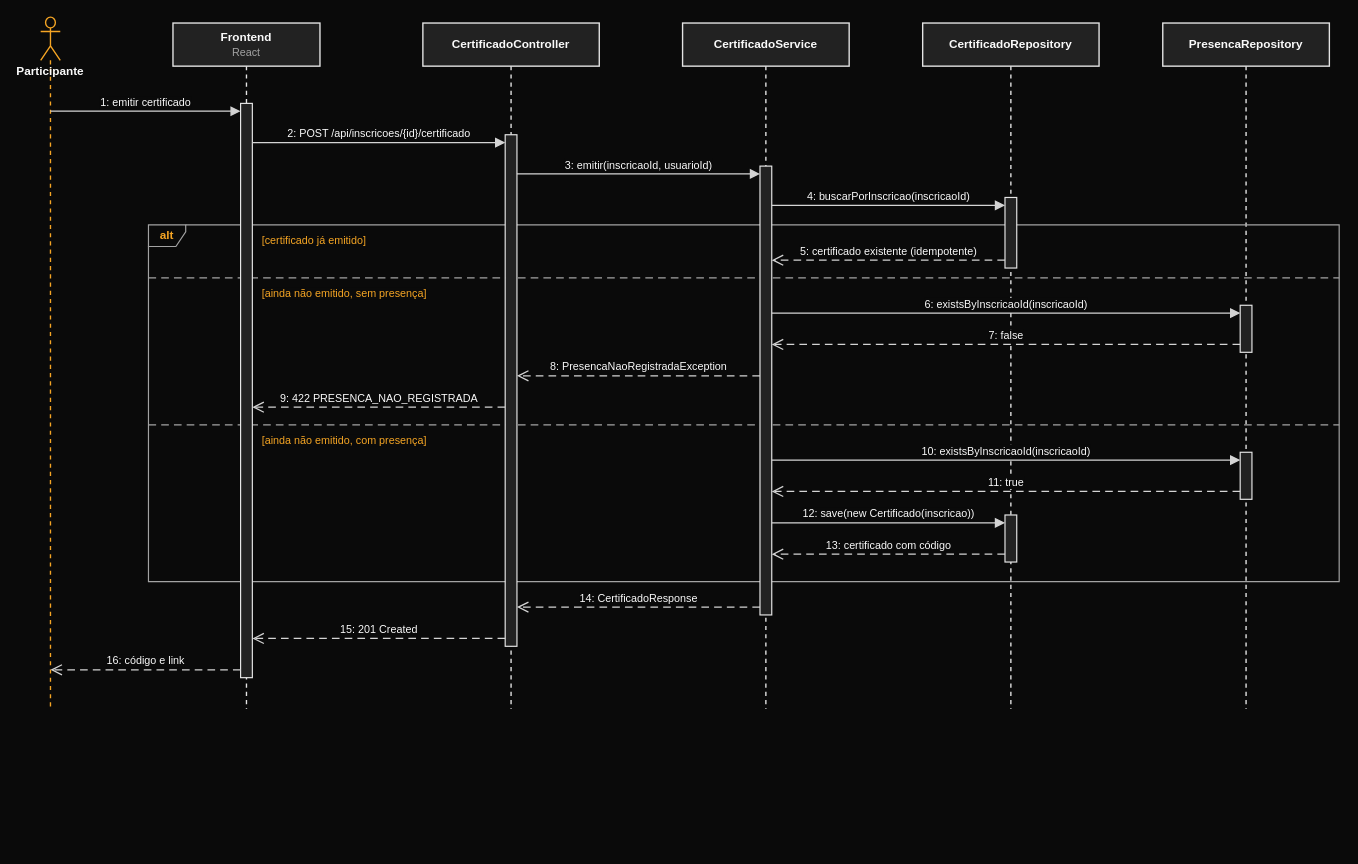
The draw.io diagram page "A.6a Sequência — Emissão do certificado" (9 of 11) of docs/diagramas/v3-contraste/diagramas-v3-contraste.drawio in Jayzmatos22/GerenciadorDeEventos, before the edit. Source tidied: cells renumbered, new cells numbered last; positions are measured from the earlier drawing's top-left corner, leaving out a move shared by most shapes. Both pictures are drawn from the tidied source at 98%, with x=0, y=0 at pixel (40, 17).
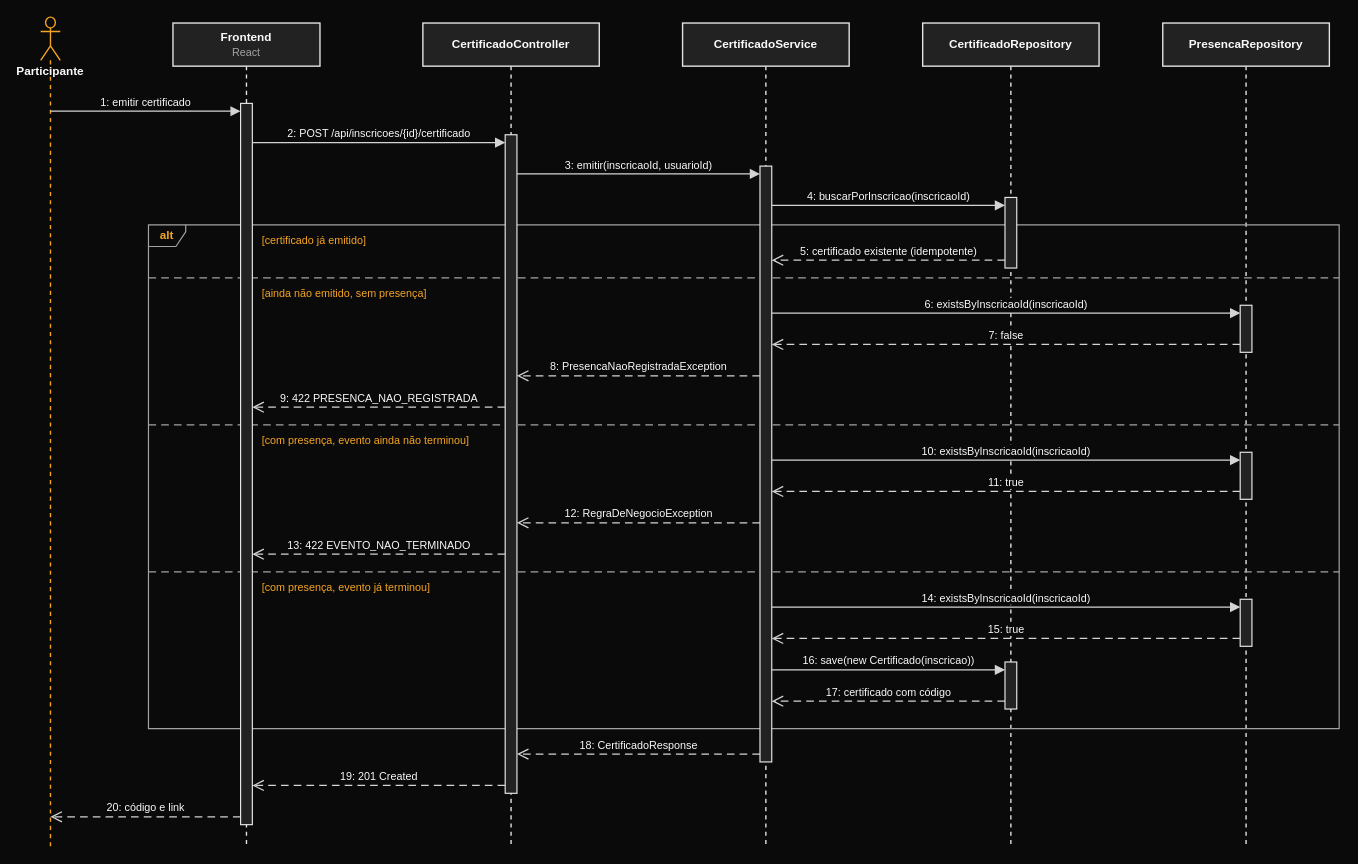
After the change.

The edit, as a diff of the source:
```diff
@@
     <mxCell id="2" value="Participante" style="html=1;whiteSpace=wrap;fontFamily=Helvetica;fontSize=12;fontColor=#fafafa;strokeWidth=1.4;shape=umlLifeline;participant=umlActor;perimeter=lifelinePerimeter;verticalAlign=top;spacingTop=42;size=44;fillColor=none;strokeColor=#f5a524;fontStyle=1;" parent="1" vertex="1">
-      <mxGeometry width="20" height="706" as="geometry" />
+      <mxGeometry width="20" height="846" as="geometry" />
     </mxCell>
     <mxCell id="3" value="&lt;b&gt;Frontend&lt;/b&gt;&lt;br&gt;&lt;span style=&quot;font-size:11px;color:#a3a3a3&quot;&gt;React&lt;/span&gt;" style="html=1;whiteSpace=wrap;fontFamily=Helvetica;fontSize=12;fontColor=#fafafa;strokeWidth=1.4;shape=umlLifeline;perimeter=lifelinePerimeter;size=44;fillColor=#222222;strokeColor=#e5e5e5;" parent="1" vertex="1">
-      <mxGeometry x="135" y="6" width="150" height="700" as="geometry" />
+      <mxGeometry x="135" y="6" width="150" height="840" as="geometry" />
     </mxCell>
     <mxCell id="4" value="&lt;b&gt;CertificadoController&lt;/b&gt;" style="html=1;whiteSpace=wrap;fontFamily=Helvetica;fontSize=12;fontColor=#fafafa;strokeWidth=1.4;shape=umlLifeline;perimeter=lifelinePerimeter;size=44;fillColor=#222222;strokeColor=#e5e5e5;" parent="1" vertex="1">
-      <mxGeometry x="390" y="6" width="180" height="700" as="geometry" />
+      <mxGeometry x="390" y="6" width="180" height="840" as="geometry" />
     </mxCell>
     <mxCell id="5" value="&lt;b&gt;CertificadoService&lt;/b&gt;" style="html=1;whiteSpace=wrap;fontFamily=Helvetica;fontSize=12;fontColor=#fafafa;strokeWidth=1.4;shape=umlLifeline;perimeter=lifelinePerimeter;size=44;fillColor=#222222;strokeColor=#e5e5e5;" parent="1" vertex="1">
-      <mxGeometry x="655" y="6" width="170" height="700" as="geometry" />
+      <mxGeometry x="655" y="6" width="170" height="840" as="geometry" />
     </mxCell>
     <mxCell id="6" value="&lt;b&gt;CertificadoRepository&lt;/b&gt;" style="html=1;whiteSpace=wrap;fontFamily=Helvetica;fontSize=12;fontColor=#fafafa;strokeWidth=1.4;shape=umlLifeline;perimeter=lifelinePerimeter;size=44;fillColor=#222222;strokeColor=#e5e5e5;" parent="1" vertex="1">
-      <mxGeometry x="900" y="6" width="180" height="700" as="geometry" />
+      <mxGeometry x="900" y="6" width="180" height="840" as="geometry" />
     </mxCell>
     <mxCell id="7" value="&lt;b&gt;PresencaRepository&lt;/b&gt;" style="html=1;whiteSpace=wrap;fontFamily=Helvetica;fontSize=12;fontColor=#fafafa;strokeWidth=1.4;shape=umlLifeline;perimeter=lifelinePerimeter;size=44;fillColor=#222222;strokeColor=#e5e5e5;" parent="1" vertex="1">
-      <mxGeometry x="1145" y="6" width="170" height="700" as="geometry" />
+      <mxGeometry x="1145" y="6" width="170" height="840" as="geometry" />
     </mxCell>
     <mxCell id="8" value="alt" style="html=1;whiteSpace=wrap;fontFamily=Helvetica;fontSize=12;fontColor=#fafafa;strokeWidth=1.4;shape=umlFrame;width=38;height=22;fillColor=none;swimlaneFillColor=none;strokeColor=#a3a3a3;fontColor=#f5a524;fontStyle=1;strokeWidth=1.2;" parent="1" vertex="1">
-      <mxGeometry x="110" y="212" width="1215" height="364" as="geometry" />
+      <mxGeometry x="110" y="212" width="1215" height="514" as="geometry" />
     </mxCell>
-    <mxCell id="9" style="edgeStyle=none;rounded=0;html=1;fontFamily=Helvetica;fontSize=11;strokeColor=#a3a3a3;fontColor=#fafafa;strokeWidth=1.3;labelBackgroundColor=#0a0a0a;endArrow=none;dashed=1;dashPattern=6 4;" parent="1" edge="1">
-      <mxGeometry relative="1" as="geometry">
-        <mxPoint x="110" y="266" as="sourcePoint" />
-        <mxPoint x="1325" y="266" as="targetPoint" />
-      </mxGeometry>
-    </mxCell>
     <mxCell id="10" style="edgeStyle=none;rounded=0;html=1;fontFamily=Helvetica;fontSize=11;strokeColor=#a3a3a3;fontColor=#fafafa;strokeWidth=1.3;labelBackgroundColor=#0a0a0a;endArrow=none;dashed=1;dashPattern=6 4;" parent="1" edge="1">
       <mxGeometry relative="1" as="geometry">
-        <mxPoint x="110" y="416" as="sourcePoint" />
-        <mxPoint x="1325" y="416" as="targetPoint" />
+        <mxPoint x="110" y="266" as="sourcePoint" />
+        <mxPoint x="1325" y="266" as="targetPoint" />
       </mxGeometry>
     </mxCell>
+    <mxCell id="25" style="edgeStyle=none;rounded=0;html=1;fontFamily=Helvetica;fontSize=11;strokeColor=#a3a3a3;fontColor=#fafafa;strokeWidth=1.3;labelBackgroundColor=#0a0a0a;endArrow=none;dashed=1;dashPattern=6 4;" parent="1" edge="1">
+      <mxGeometry relative="1" as="geometry">
+        <mxPoint x="110" y="416" as="sourcePoint" />
+        <mxPoint x="1325" y="416" as="targetPoint" />
+      </mxGeometry>
+    </mxCell>
+    <mxCell id="26" style="edgeStyle=none;rounded=0;html=1;fontFamily=Helvetica;fontSize=11;strokeColor=#a3a3a3;fontColor=#fafafa;strokeWidth=1.3;labelBackgroundColor=#0a0a0a;endArrow=none;dashed=1;dashPattern=6 4;" parent="1" edge="1">
+      <mxGeometry relative="1" as="geometry">
+        <mxPoint x="110" y="566" as="sourcePoint" />
+        <mxPoint x="1325" y="566" as="targetPoint" />
+      </mxGeometry>
+    </mxCell>
     <mxCell id="11" style="html=1;whiteSpace=wrap;fontFamily=Helvetica;fontSize=12;fontColor=#fafafa;strokeWidth=1.4;perimeter=orthogonalPerimeter;targetShapes=umlLifeline;fillColor=#222222;strokeColor=#e5e5e5;strokeWidth=1.2;" parent="1" vertex="1">
-      <mxGeometry x="204" y="88" width="12" height="586" as="geometry" />
+      <mxGeometry x="204" y="88" width="12" height="736" as="geometry" />
     </mxCell>
     <mxCell id="12" style="html=1;whiteSpace=wrap;fontFamily=Helvetica;fontSize=12;fontColor=#fafafa;strokeWidth=1.4;perimeter=orthogonalPerimeter;targetShapes=umlLifeline;fillColor=#222222;strokeColor=#e5e5e5;strokeWidth=1.2;" parent="1" vertex="1">
-      <mxGeometry x="474" y="120" width="12" height="522" as="geometry" />
+      <mxGeometry x="474" y="120" width="12" height="672" as="geometry" />
     </mxCell>
     <mxCell id="13" style="html=1;whiteSpace=wrap;fontFamily=Helvetica;fontSize=12;fontColor=#fafafa;strokeWidth=1.4;perimeter=orthogonalPerimeter;targetShapes=umlLifeline;fillColor=#222222;strokeColor=#e5e5e5;strokeWidth=1.2;" parent="1" vertex="1">
-      <mxGeometry x="734" y="152" width="12" height="458" as="geometry" />
+      <mxGeometry x="734" y="152" width="12" height="608" as="geometry" />
     </mxCell>
@@
     <mxCell id="15" style="html=1;whiteSpace=wrap;fontFamily=Helvetica;fontSize=12;fontColor=#fafafa;strokeWidth=1.4;perimeter=orthogonalPerimeter;targetShapes=umlLifeline;fillColor=#222222;strokeColor=#e5e5e5;strokeWidth=1.2;" parent="1" vertex="1">
-      <mxGeometry x="984" y="508" width="12" height="48" as="geometry" />
+      <mxGeometry x="984" y="658" width="12" height="48" as="geometry" />
     </mxCell>
@@
+    <mxCell id="37" style="html=1;whiteSpace=wrap;fontFamily=Helvetica;fontSize=12;fontColor=#fafafa;strokeWidth=1.4;perimeter=orthogonalPerimeter;targetShapes=umlLifeline;fillColor=#222222;strokeColor=#e5e5e5;strokeWidth=1.2;" parent="1" vertex="1">
+      <mxGeometry x="1224" y="594" width="12" height="48" as="geometry" />
+    </mxCell>
@@
-    <mxCell id="24" value="[ainda não emitido, com presença]" style="html=1;whiteSpace=wrap;fontFamily=Helvetica;fontSize=12;fontColor=#fafafa;strokeWidth=1.4;text;strokeColor=none;fillColor=none;align=left;verticalAlign=top;fontColor=#f5a524;fontSize=11;labelBackgroundColor=#0a0a0a;" parent="1" vertex="1">
-      <mxGeometry x="224" y="419" width="192" height="18" as="geometry" />
+    <mxCell id="24" value="[com presença, evento ainda não terminou]" style="html=1;whiteSpace=wrap;fontFamily=Helvetica;fontSize=12;fontColor=#fafafa;strokeWidth=1.4;text;strokeColor=none;fillColor=none;align=left;verticalAlign=top;fontColor=#f5a524;fontSize=11;labelBackgroundColor=#0a0a0a;" parent="1" vertex="1">
+      <mxGeometry x="224" y="419" width="241" height="18" as="geometry" />
     </mxCell>
-    <mxCell id="25" value="5: certificado existente (idempotente)" style="edgeStyle=none;rounded=0;html=1;fontFamily=Helvetica;fontSize=11;strokeColor=#d4d4d4;fontColor=#fafafa;strokeWidth=1.3;labelBackgroundColor=#0a0a0a;endArrow=open;endFill=0;endSize=9;dashed=1;dashPattern=6 4;verticalAlign=bottom;" parent="1" edge="1">
-      <mxGeometry relative="1" as="geometry">
-        <mxPoint x="984" y="248" as="sourcePoint" />
-        <mxPoint x="746" y="248" as="targetPoint" />
-      </mxGeometry>
-    </mxCell>
-    <mxCell id="26" value="6: existsByInscricaoId(inscricaoId)" style="edgeStyle=none;rounded=0;html=1;fontFamily=Helvetica;fontSize=11;strokeColor=#d4d4d4;fontColor=#fafafa;strokeWidth=1.3;labelBackgroundColor=#0a0a0a;endArrow=block;endFill=1;endSize=7;verticalAlign=bottom;" parent="1" edge="1">
-      <mxGeometry relative="1" as="geometry">
-        <mxPoint x="746" y="302" as="sourcePoint" />
-        <mxPoint x="1224" y="302" as="targetPoint" />
-      </mxGeometry>
-    </mxCell>
+    <mxCell id="38" value="[com presença, evento já terminou]" style="html=1;whiteSpace=wrap;fontFamily=Helvetica;fontSize=12;fontColor=#fafafa;strokeWidth=1.4;text;strokeColor=none;fillColor=none;align=left;verticalAlign=top;fontColor=#f5a524;fontSize=11;labelBackgroundColor=#0a0a0a;" parent="1" vertex="1">
+      <mxGeometry x="224" y="569" width="201" height="18" as="geometry" />
+    </mxCell>
-    <mxCell id="27" value="7: false" style="edgeStyle=none;rounded=0;html=1;fontFamily=Helvetica;fontSize=11;strokeColor=#d4d4d4;fontColor=#fafafa;strokeWidth=1.3;labelBackgroundColor=#0a0a0a;endArrow=open;endFill=0;endSize=9;dashed=1;dashPattern=6 4;verticalAlign=bottom;" parent="1" edge="1">
+    <mxCell id="27" value="5: certificado existente (idempotente)" style="edgeStyle=none;rounded=0;html=1;fontFamily=Helvetica;fontSize=11;strokeColor=#d4d4d4;fontColor=#fafafa;strokeWidth=1.3;labelBackgroundColor=#0a0a0a;endArrow=open;endFill=0;endSize=9;dashed=1;dashPattern=6 4;verticalAlign=bottom;" parent="1" edge="1">
       <mxGeometry relative="1" as="geometry">
-        <mxPoint x="1224" y="334" as="sourcePoint" />
-        <mxPoint x="746" y="334" as="targetPoint" />
+        <mxPoint x="984" y="248" as="sourcePoint" />
+        <mxPoint x="746" y="248" as="targetPoint" />
       </mxGeometry>
     </mxCell>
-    <mxCell id="28" value="8: PresencaNaoRegistradaException" style="edgeStyle=none;rounded=0;html=1;fontFamily=Helvetica;fontSize=11;strokeColor=#d4d4d4;fontColor=#fafafa;strokeWidth=1.3;labelBackgroundColor=#0a0a0a;endArrow=open;endFill=0;endSize=9;dashed=1;dashPattern=6 4;verticalAlign=bottom;" parent="1" edge="1">
+    <mxCell id="28" value="6: existsByInscricaoId(inscricaoId)" style="edgeStyle=none;rounded=0;html=1;fontFamily=Helvetica;fontSize=11;strokeColor=#d4d4d4;fontColor=#fafafa;strokeWidth=1.3;labelBackgroundColor=#0a0a0a;endArrow=block;endFill=1;endSize=7;verticalAlign=bottom;" parent="1" edge="1">
       <mxGeometry relative="1" as="geometry">
-        <mxPoint x="734" y="366" as="sourcePoint" />
-        <mxPoint x="486" y="366" as="targetPoint" />
+        <mxPoint x="746" y="302" as="sourcePoint" />
+        <mxPoint x="1224" y="302" as="targetPoint" />
       </mxGeometry>
     </mxCell>
-    <mxCell id="29" value="9: 422 PRESENCA_NAO_REGISTRADA" style="edgeStyle=none;rounded=0;html=1;fontFamily=Helvetica;fontSize=11;strokeColor=#d4d4d4;fontColor=#fafafa;strokeWidth=1.3;labelBackgroundColor=#0a0a0a;endArrow=open;endFill=0;endSize=9;dashed=1;dashPattern=6 4;verticalAlign=bottom;" parent="1" edge="1">
+    <mxCell id="29" value="7: false" style="edgeStyle=none;rounded=0;html=1;fontFamily=Helvetica;fontSize=11;strokeColor=#d4d4d4;fontColor=#fafafa;strokeWidth=1.3;labelBackgroundColor=#0a0a0a;endArrow=open;endFill=0;endSize=9;dashed=1;dashPattern=6 4;verticalAlign=bottom;" parent="1" edge="1">
       <mxGeometry relative="1" as="geometry">
-        <mxPoint x="474" y="398" as="sourcePoint" />
-        <mxPoint x="216" y="398" as="targetPoint" />
+        <mxPoint x="1224" y="334" as="sourcePoint" />
+        <mxPoint x="746" y="334" as="targetPoint" />
       </mxGeometry>
     </mxCell>
-    <mxCell id="30" value="10: existsByInscricaoId(inscricaoId)" style="edgeStyle=none;rounded=0;html=1;fontFamily=Helvetica;fontSize=11;strokeColor=#d4d4d4;fontColor=#fafafa;strokeWidth=1.3;labelBackgroundColor=#0a0a0a;endArrow=block;endFill=1;endSize=7;verticalAlign=bottom;" parent="1" edge="1">
+    <mxCell id="30" value="8: PresencaNaoRegistradaException" style="edgeStyle=none;rounded=0;html=1;fontFamily=Helvetica;fontSize=11;strokeColor=#d4d4d4;fontColor=#fafafa;strokeWidth=1.3;labelBackgroundColor=#0a0a0a;endArrow=open;endFill=0;endSize=9;dashed=1;dashPattern=6 4;verticalAlign=bottom;" parent="1" edge="1">
       <mxGeometry relative="1" as="geometry">
-        <mxPoint x="746" y="452" as="sourcePoint" />
-        <mxPoint x="1224" y="452" as="targetPoint" />
+        <mxPoint x="734" y="366" as="sourcePoint" />
+        <mxPoint x="486" y="366" as="targetPoint" />
       </mxGeometry>
     </mxCell>
-    <mxCell id="31" value="11: true" style="edgeStyle=none;rounded=0;html=1;fontFamily=Helvetica;fontSize=11;strokeColor=#d4d4d4;fontColor=#fafafa;strokeWidth=1.3;labelBackgroundColor=#0a0a0a;endArrow=open;endFill=0;endSize=9;dashed=1;dashPattern=6 4;verticalAlign=bottom;" parent="1" edge="1">
+    <mxCell id="31" value="9: 422 PRESENCA_NAO_REGISTRADA" style="edgeStyle=none;rounded=0;html=1;fontFamily=Helvetica;fontSize=11;strokeColor=#d4d4d4;fontColor=#fafafa;strokeWidth=1.3;labelBackgroundColor=#0a0a0a;endArrow=open;endFill=0;endSize=9;dashed=1;dashPattern=6 4;verticalAlign=bottom;" parent="1" edge="1">
       <mxGeometry relative="1" as="geometry">
-        <mxPoint x="1224" y="484" as="sourcePoint" />
-        <mxPoint x="746" y="484" as="targetPoint" />
+        <mxPoint x="474" y="398" as="sourcePoint" />
+        <mxPoint x="216" y="398" as="targetPoint" />
       </mxGeometry>
     </mxCell>
-    <mxCell id="32" value="12: save(new Certificado(inscricao))" style="edgeStyle=none;rounded=0;html=1;fontFamily=Helvetica;fontSize=11;strokeColor=#d4d4d4;fontColor=#fafafa;strokeWidth=1.3;labelBackgroundColor=#0a0a0a;endArrow=block;endFill=1;endSize=7;verticalAlign=bottom;" parent="1" edge="1">
+    <mxCell id="32" value="10: existsByInscricaoId(inscricaoId)" style="edgeStyle=none;rounded=0;html=1;fontFamily=Helvetica;fontSize=11;strokeColor=#d4d4d4;fontColor=#fafafa;strokeWidth=1.3;labelBackgroundColor=#0a0a0a;endArrow=block;endFill=1;endSize=7;verticalAlign=bottom;" parent="1" edge="1">
       <mxGeometry relative="1" as="geometry">
-        <mxPoint x="746" y="516" as="sourcePoint" />
-        <mxPoint x="984" y="516" as="targetPoint" />
+        <mxPoint x="746" y="452" as="sourcePoint" />
+        <mxPoint x="1224" y="452" as="targetPoint" />
       </mxGeometry>
     </mxCell>
-    <mxCell id="33" value="13: certificado com código" style="edgeStyle=none;rounded=0;html=1;fontFamily=Helvetica;fontSize=11;strokeColor=#d4d4d4;fontColor=#fafafa;strokeWidth=1.3;labelBackgroundColor=#0a0a0a;endArrow=open;endFill=0;endSize=9;dashed=1;dashPattern=6 4;verticalAlign=bottom;" parent="1" edge="1">
+    <mxCell id="33" value="11: true" style="edgeStyle=none;rounded=0;html=1;fontFamily=Helvetica;fontSize=11;strokeColor=#d4d4d4;fontColor=#fafafa;strokeWidth=1.3;labelBackgroundColor=#0a0a0a;endArrow=open;endFill=0;endSize=9;dashed=1;dashPattern=6 4;verticalAlign=bottom;" parent="1" edge="1">
       <mxGeometry relative="1" as="geometry">
-        <mxPoint x="984" y="548" as="sourcePoint" />
-        <mxPoint x="746" y="548" as="targetPoint" />
+        <mxPoint x="1224" y="484" as="sourcePoint" />
+        <mxPoint x="746" y="484" as="targetPoint" />
       </mxGeometry>
     </mxCell>
-    <mxCell id="34" value="14: CertificadoResponse" style="edgeStyle=none;rounded=0;html=1;fontFamily=Helvetica;fontSize=11;strokeColor=#d4d4d4;fontColor=#fafafa;strokeWidth=1.3;labelBackgroundColor=#0a0a0a;endArrow=open;endFill=0;endSize=9;dashed=1;dashPattern=6 4;verticalAlign=bottom;" parent="1" edge="1">
+    <mxCell id="34" value="12: RegraDeNegocioException" style="edgeStyle=none;rounded=0;html=1;fontFamily=Helvetica;fontSize=11;strokeColor=#d4d4d4;fontColor=#fafafa;strokeWidth=1.3;labelBackgroundColor=#0a0a0a;endArrow=open;endFill=0;endSize=9;dashed=1;dashPattern=6 4;verticalAlign=bottom;" parent="1" edge="1">
       <mxGeometry relative="1" as="geometry">
-        <mxPoint x="734" y="602" as="sourcePoint" />
-        <mxPoint x="486" y="602" as="targetPoint" />
+        <mxPoint x="734" y="516" as="sourcePoint" />
+        <mxPoint x="486" y="516" as="targetPoint" />
       </mxGeometry>
     </mxCell>
-    <mxCell id="35" value="15: 201 Created" style="edgeStyle=none;rounded=0;html=1;fontFamily=Helvetica;fontSize=11;strokeColor=#d4d4d4;fontColor=#fafafa;strokeWidth=1.3;labelBackgroundColor=#0a0a0a;endArrow=open;endFill=0;endSize=9;dashed=1;dashPattern=6 4;verticalAlign=bottom;" parent="1" edge="1">
+    <mxCell id="35" value="13: 422 EVENTO_NAO_TERMINADO" style="edgeStyle=none;rounded=0;html=1;fontFamily=Helvetica;fontSize=11;strokeColor=#d4d4d4;fontColor=#fafafa;strokeWidth=1.3;labelBackgroundColor=#0a0a0a;endArrow=open;endFill=0;endSize=9;dashed=1;dashPattern=6 4;verticalAlign=bottom;" parent="1" edge="1">
       <mxGeometry relative="1" as="geometry">
-        <mxPoint x="474" y="634" as="sourcePoint" />
-        <mxPoint x="216" y="634" as="targetPoint" />
+        <mxPoint x="474" y="548" as="sourcePoint" />
+        <mxPoint x="216" y="548" as="targetPoint" />
       </mxGeometry>
     </mxCell>
-    <mxCell id="36" value="16: código e link" style="edgeStyle=none;rounded=0;html=1;fontFamily=Helvetica;fontSize=11;strokeColor=#d4d4d4;fontColor=#fafafa;strokeWidth=1.3;labelBackgroundColor=#0a0a0a;endArrow=open;endFill=0;endSize=9;dashed=1;dashPattern=6 4;verticalAlign=bottom;" parent="1" edge="1">
+    <mxCell id="36" value="14: existsByInscricaoId(inscricaoId)" style="edgeStyle=none;rounded=0;html=1;fontFamily=Helvetica;fontSize=11;strokeColor=#d4d4d4;fontColor=#fafafa;strokeWidth=1.3;labelBackgroundColor=#0a0a0a;endArrow=block;endFill=1;endSize=7;verticalAlign=bottom;" parent="1" edge="1">
       <mxGeometry relative="1" as="geometry">
-        <mxPoint x="204" y="666" as="sourcePoint" />
-        <mxPoint x="10" y="666" as="targetPoint" />
+        <mxPoint x="746" y="602" as="sourcePoint" />
+        <mxPoint x="1224" y="602" as="targetPoint" />
       </mxGeometry>
     </mxCell>
+    <mxCell id="39" value="15: true" style="edgeStyle=none;rounded=0;html=1;fontFamily=Helvetica;fontSize=11;strokeColor=#d4d4d4;fontColor=#fafafa;strokeWidth=1.3;labelBackgroundColor=#0a0a0a;endArrow=open;endFill=0;endSize=9;dashed=1;dashPattern=6 4;verticalAlign=bottom;" parent="1" edge="1">
+      <mxGeometry relative="1" as="geometry">
+        <mxPoint x="1224" y="634" as="sourcePoint" />
+        <mxPoint x="746" y="634" as="targetPoint" />
+      </mxGeometry>
+    </mxCell>
+    <mxCell id="40" value="16: save(new Certificado(inscricao))" style="edgeStyle=none;rounded=0;html=1;fontFamily=Helvetica;fontSize=11;strokeColor=#d4d4d4;fontColor=#fafafa;strokeWidth=1.3;labelBackgroundColor=#0a0a0a;endArrow=block;endFill=1;endSize=7;verticalAlign=bottom;" parent="1" edge="1">
+      <mxGeometry relative="1" as="geometry">
+        <mxPoint x="746" y="666" as="sourcePoint" />
+        <mxPoint x="984" y="666" as="targetPoint" />
+      </mxGeometry>
+    </mxCell>
+    <mxCell id="41" value="17: certificado com código" style="edgeStyle=none;rounded=0;html=1;fontFamily=Helvetica;fontSize=11;strokeColor=#d4d4d4;fontColor=#fafafa;strokeWidth=1.3;labelBackgroundColor=#0a0a0a;endArrow=open;endFill=0;endSize=9;dashed=1;dashPattern=6 4;verticalAlign=bottom;" parent="1" edge="1">
+      <mxGeometry relative="1" as="geometry">
+        <mxPoint x="984" y="698" as="sourcePoint" />
+        <mxPoint x="746" y="698" as="targetPoint" />
+      </mxGeometry>
+    </mxCell>
+    <mxCell id="42" value="18: CertificadoResponse" style="edgeStyle=none;rounded=0;html=1;fontFamily=Helvetica;fontSize=11;strokeColor=#d4d4d4;fontColor=#fafafa;strokeWidth=1.3;labelBackgroundColor=#0a0a0a;endArrow=open;endFill=0;endSize=9;dashed=1;dashPattern=6 4;verticalAlign=bottom;" parent="1" edge="1">
+      <mxGeometry relative="1" as="geometry">
+        <mxPoint x="734" y="752" as="sourcePoint" />
+        <mxPoint x="486" y="752" as="targetPoint" />
+      </mxGeometry>
+    </mxCell>
+    <mxCell id="43" value="19: 201 Created" style="edgeStyle=none;rounded=0;html=1;fontFamily=Helvetica;fontSize=11;strokeColor=#d4d4d4;fontColor=#fafafa;strokeWidth=1.3;labelBackgroundColor=#0a0a0a;endArrow=open;endFill=0;endSize=9;dashed=1;dashPattern=6 4;verticalAlign=bottom;" parent="1" edge="1">
+      <mxGeometry relative="1" as="geometry">
+        <mxPoint x="474" y="784" as="sourcePoint" />
+        <mxPoint x="216" y="784" as="targetPoint" />
+      </mxGeometry>
+    </mxCell>
+    <mxCell id="44" value="20: código e link" style="edgeStyle=none;rounded=0;html=1;fontFamily=Helvetica;fontSize=11;strokeColor=#d4d4d4;fontColor=#fafafa;strokeWidth=1.3;labelBackgroundColor=#0a0a0a;endArrow=open;endFill=0;endSize=9;dashed=1;dashPattern=6 4;verticalAlign=bottom;" parent="1" edge="1">
+      <mxGeometry relative="1" as="geometry">
+        <mxPoint x="204" y="816" as="sourcePoint" />
+        <mxPoint x="10" y="816" as="targetPoint" />
+      </mxGeometry>
+    </mxCell>
```
